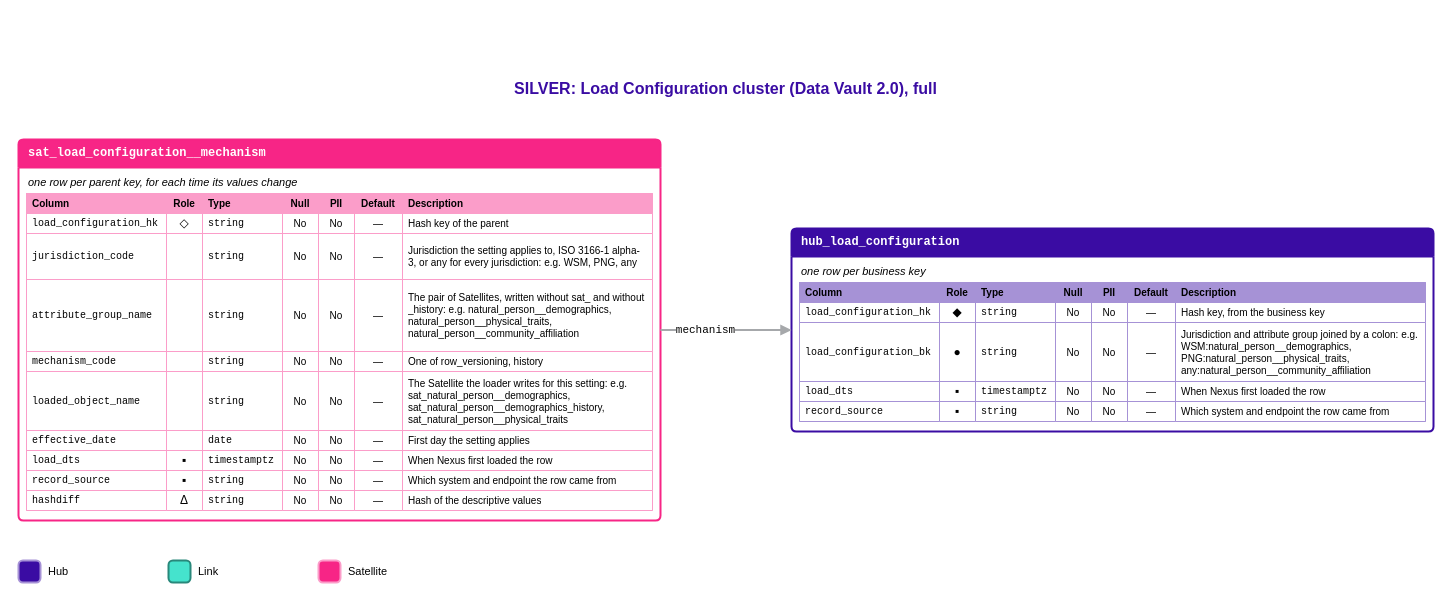
Before: Rosetta/Business_Objects/drawio/Diagrams_Load_Configuration_Full.drawio in luisruizML/documents, a draw.io diagram. Source tidied: cells renumbered, new cells numbered last; positions are measured from the earlier drawing's top-left corner, leaving out a move shared by most shapes. Both pictures are drawn from the tidied source at 100%, with x=0, y=0 at pixel (18, 73).
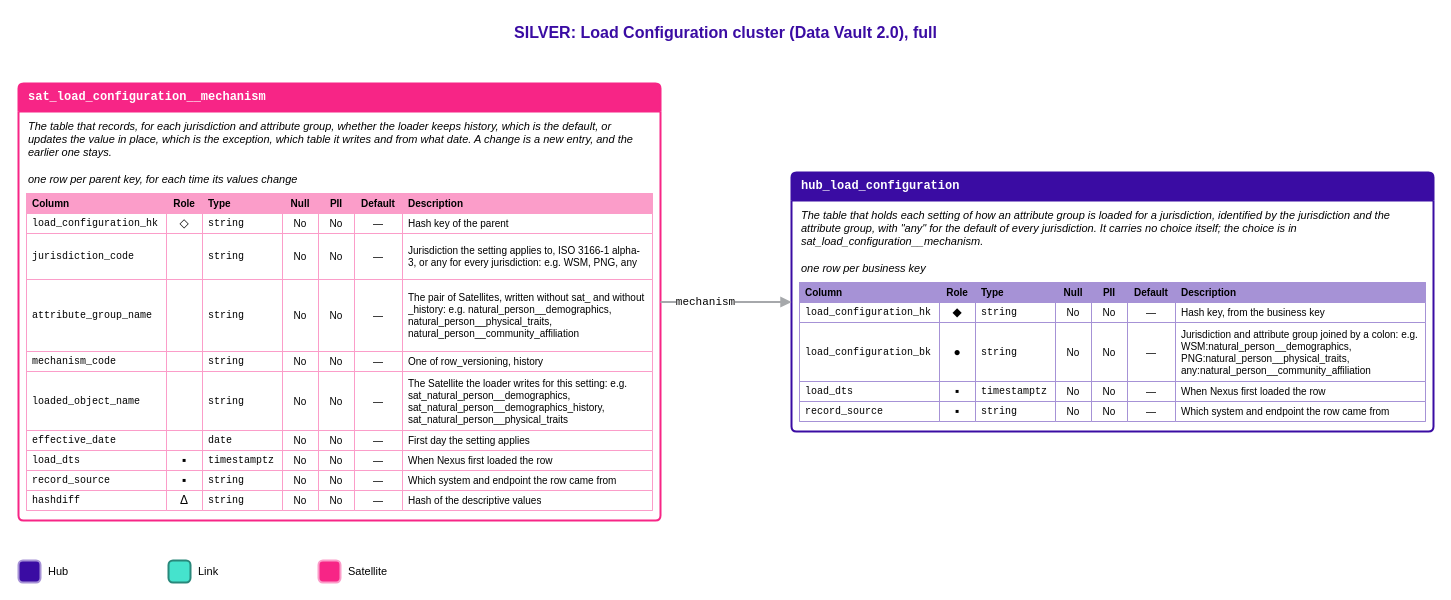
Above is the later version.

Diff of the diagram source:
```diff
@@
     <mxCell id="2" value="SILVER: Load Configuration cluster (Data Vault 2.0), full" style="text;html=1;whiteSpace=wrap;align=center;verticalAlign=middle;fontFamily=Mulish;fontStyle=1;fontSize=16;fontColor=#3A0CA3;" parent="1" vertex="1">
-      <mxGeometry width="1415" height="30" as="geometry" />
+      <mxGeometry y="-56" width="1415" height="30" as="geometry" />
     </mxCell>
     <mxCell id="3" value="hub_load_configuration" style="swimlane;html=1;whiteSpace=wrap;rounded=1;arcSize=6;startSize=28;fillColor=#3A0CA3;swimlaneFillColor=#FFFFFF;strokeColor=#3A0CA3;strokeWidth=2;fontFamily=Courier New;fontSize=12;fontStyle=1;fontColor=#FFFFFF;align=left;spacingLeft=8;" parent="1" vertex="1">
-      <mxGeometry x="773" y="155" width="642" height="203" as="geometry" />
+      <mxGeometry x="773" y="99" width="642" height="259" as="geometry" />
     </mxCell>
-    <mxCell id="4" value="one row per business key" style="text;html=1;whiteSpace=wrap;align=left;verticalAlign=top;fontFamily=Arial;fontSize=11;fontStyle=2;fontColor=#000000;spacingLeft=8;spacingRight=8;" parent="3" vertex="1">
-      <mxGeometry y="30" width="642" height="20" as="geometry" />
+    <mxCell id="4" value="The table that holds each setting of how an attribute group is loaded for a jurisdiction, identified by the jurisdiction and the attribute group, with &quot;any&quot; for the default of every jurisdiction. It carries no choice itself; the choice is in sat_load_configuration__mechanism.&lt;br&gt;&lt;br&gt;one row per business key" style="text;html=1;whiteSpace=wrap;align=left;verticalAlign=top;fontFamily=Arial;fontSize=11;fontStyle=2;fontColor=#000000;spacingLeft=8;spacingRight=8;" parent="3" vertex="1">
+      <mxGeometry y="30" width="642" height="76" as="geometry" />
     </mxCell>
     <mxCell id="5" style="shape=table;startSize=0;childLayout=tableLayout;fillColor=none;strokeColor=#A692D6;" parent="3" vertex="1">
-      <mxGeometry x="8" y="54" width="626" height="139" as="geometry" />
+      <mxGeometry x="8" y="110" width="626" height="139" as="geometry" />
     </mxCell>
@@
     <mxCell id="46" value="sat_load_configuration__mechanism" style="swimlane;html=1;whiteSpace=wrap;rounded=1;arcSize=6;startSize=28;fillColor=#F72586;swimlaneFillColor=#FFFFFF;strokeColor=#F72586;strokeWidth=2;fontFamily=Courier New;fontSize=12;fontStyle=1;fontColor=#FFFFFF;align=left;spacingLeft=8;" parent="1" vertex="1">
-      <mxGeometry y="66" width="642" height="381" as="geometry" />
+      <mxGeometry y="10" width="642" height="437" as="geometry" />
     </mxCell>
-    <mxCell id="47" value="one row per parent key, for each time its values change" style="text;html=1;whiteSpace=wrap;align=left;verticalAlign=top;fontFamily=Arial;fontSize=11;fontStyle=2;fontColor=#000000;spacingLeft=8;spacingRight=8;" parent="46" vertex="1">
-      <mxGeometry y="30" width="642" height="20" as="geometry" />
+    <mxCell id="47" value="The table that records, for each jurisdiction and attribute group, whether the loader keeps history, which is the default, or updates the value in place, which is the exception, which table it writes and from what date. A change is a new entry, and the earlier one stays.&lt;br&gt;&lt;br&gt;one row per parent key, for each time its values change" style="text;html=1;whiteSpace=wrap;align=left;verticalAlign=top;fontFamily=Arial;fontSize=11;fontStyle=2;fontColor=#000000;spacingLeft=8;spacingRight=8;" parent="46" vertex="1">
+      <mxGeometry y="30" width="642" height="76" as="geometry" />
     </mxCell>
     <mxCell id="48" style="shape=table;startSize=0;childLayout=tableLayout;fillColor=none;strokeColor=#FB9DC9;" parent="46" vertex="1">
-      <mxGeometry x="8" y="54" width="626" height="317" as="geometry" />
+      <mxGeometry x="8" y="110" width="626" height="317" as="geometry" />
     </mxCell>
```
